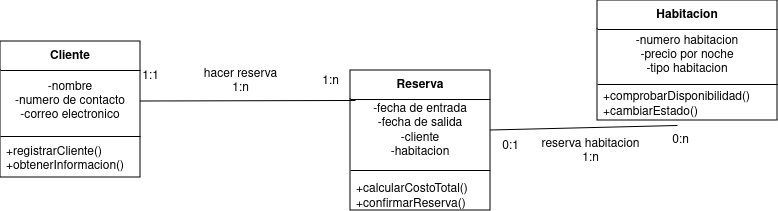
emsantamaria/Sistema-de-Reservas-de-Hoteles keeps this draw.io diagram as sistema-reservas-hoteles.png. Above is the earlier version. Source tidied: cells renumbered, new cells last; positions are measured from the earlier drawing's top-left corner, leaving out a move shared by most shapes.
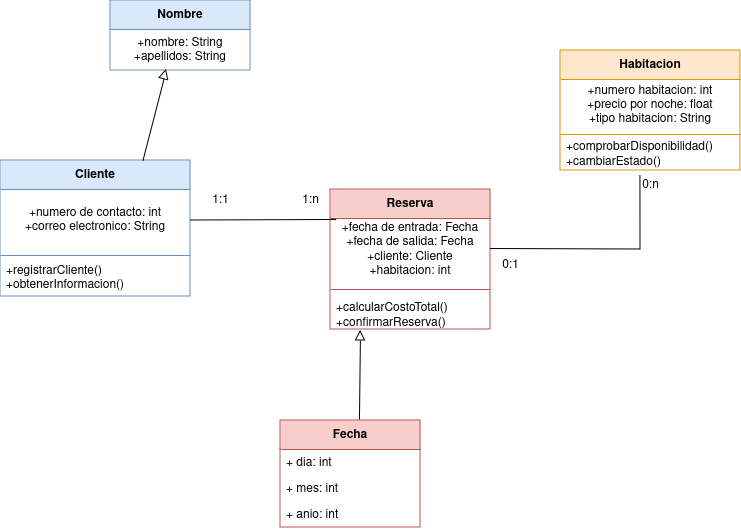
Above is the later version.

What changed in the source:
```diff
@@ -2,34 +2,34 @@
   <root>
     <mxCell id="0" />
     <mxCell id="1" parent="0" />
-    <mxCell id="2" value="Reserva" style="swimlane;fontStyle=1;align=center;verticalAlign=middle;horizontal=1;startSize=29;html=1;whiteSpace=wrap;" parent="1" vertex="1">
-      <mxGeometry x="350" y="70" width="140" height="140" as="geometry" />
+    <mxCell id="2" value="Reserva" style="swimlane;fontStyle=1;align=center;verticalAlign=middle;horizontal=1;startSize=29;html=1;whiteSpace=wrap;fillColor=#f8cecc;strokeColor=#b85450;" parent="1" vertex="1">
+      <mxGeometry x="330" y="70" width="160" height="140" as="geometry" />
     </mxCell>
-    <mxCell id="3" value="&lt;div&gt;-fecha de entrada&lt;/div&gt;&lt;div&gt;-fecha de salida&lt;/div&gt;&lt;div&gt;-cliente&lt;/div&gt;&lt;div&gt;-habitacion&lt;br&gt;&lt;/div&gt;" style="text;html=1;strokeColor=none;fillColor=none;align=center;verticalAlign=middle;spacingLeft=4;spacingRight=4;overflow=hidden;points=[[0,0.5],[1,0.5]];portConstraint=eastwest;whiteSpace=wrap;" parent="2" vertex="1">
-      <mxGeometry y="29" width="140" height="61" as="geometry" />
+    <mxCell id="3" value="&lt;div&gt;+fecha de entrada: Fecha&lt;br&gt;&lt;/div&gt;&lt;div&gt;+fecha de salida: Fecha&lt;/div&gt;&lt;div&gt;+cliente: Cliente&lt;br&gt;&lt;/div&gt;&lt;div&gt;+habitacion: int&lt;br&gt;&lt;/div&gt;" style="text;html=1;strokeColor=none;fillColor=none;align=center;verticalAlign=middle;spacingLeft=4;spacingRight=4;overflow=hidden;points=[[0,0.5],[1,0.5]];portConstraint=eastwest;whiteSpace=wrap;" parent="2" vertex="1">
+      <mxGeometry y="29" width="160" height="61" as="geometry" />
     </mxCell>
     <mxCell id="4" style="line;strokeWidth=1;fillColor=none;align=left;verticalAlign=middle;spacingTop=-1;spacingLeft=3;spacingRight=3;labelPosition=right;strokeColor=inherit;" parent="2" vertex="1">
-      <mxGeometry y="90" width="140" height="20" as="geometry" />
+      <mxGeometry y="90" width="160" height="20" as="geometry" />
     </mxCell>
     <mxCell id="5" value="&lt;div&gt;+calcularCostoTotal()&lt;/div&gt;&lt;div&gt;+confirmarReserva()&lt;br&gt;&lt;/div&gt;" style="text;html=1;strokeColor=none;fillColor=none;align=left;verticalAlign=middle;spacingLeft=4;spacingRight=4;overflow=hidden;whiteSpace=wrap;" parent="2" vertex="1">
-      <mxGeometry y="110" width="140" height="30" as="geometry" />
+      <mxGeometry y="110" width="160" height="30" as="geometry" />
     </mxCell>
-    <mxCell id="6" value="Cliente" style="swimlane;fontStyle=1;align=center;verticalAlign=middle;horizontal=1;startSize=29;html=1;whiteSpace=wrap;" parent="1" vertex="1">
-      <mxGeometry y="41" width="140" height="136" as="geometry" />
+    <mxCell id="6" value="Cliente" style="swimlane;fontStyle=1;align=center;verticalAlign=middle;horizontal=1;startSize=29;html=1;whiteSpace=wrap;fillColor=#dae8fc;strokeColor=#6c8ebf;" parent="1" vertex="1">
+      <mxGeometry y="41" width="190" height="136" as="geometry" />
     </mxCell>
-    <mxCell id="7" value="&lt;div&gt;-nombre&lt;/div&gt;&lt;div&gt;-numero de contacto&lt;/div&gt;&lt;div&gt;-correo electronico&lt;br&gt;&lt;/div&gt;" style="text;html=1;strokeColor=none;fillColor=none;align=center;verticalAlign=middle;spacingLeft=4;spacingRight=4;overflow=hidden;points=[[0,0.5],[1,0.5]];portConstraint=eastwest;whiteSpace=wrap;" parent="6" vertex="1">
-      <mxGeometry y="29" width="140" height="61" as="geometry" />
+    <mxCell id="7" value="&lt;div&gt;+numero de contacto: int&lt;br&gt;&lt;/div&gt;&lt;div&gt;+correo electronico: String&lt;br&gt;&lt;/div&gt;" style="text;html=1;strokeColor=none;fillColor=none;align=center;verticalAlign=middle;spacingLeft=4;spacingRight=4;overflow=hidden;points=[[0,0.5],[1,0.5]];portConstraint=eastwest;whiteSpace=wrap;" parent="6" vertex="1">
+      <mxGeometry y="29" width="190" height="61" as="geometry" />
     </mxCell>
     <mxCell id="8" style="line;strokeWidth=1;fillColor=none;align=left;verticalAlign=middle;spacingTop=-1;spacingLeft=3;spacingRight=3;labelPosition=right;strokeColor=inherit;" parent="6" vertex="1">
-      <mxGeometry y="90" width="140" height="10" as="geometry" />
+      <mxGeometry y="90" width="190" height="10" as="geometry" />
     </mxCell>
     <mxCell id="9" value="&lt;div&gt;+registrarCliente()&lt;/div&gt;+obtenerInformacion()" style="text;html=1;strokeColor=none;fillColor=none;align=left;verticalAlign=middle;spacingLeft=4;spacingRight=4;overflow=hidden;whiteSpace=wrap;" parent="6" vertex="1">
-      <mxGeometry y="100" width="140" height="36" as="geometry" />
+      <mxGeometry y="100" width="190" height="36" as="geometry" />
     </mxCell>
-    <mxCell id="10" value="Habitacion" style="swimlane;fontStyle=1;align=center;verticalAlign=middle;horizontal=1;startSize=29;html=1;whiteSpace=wrap;" parent="1" vertex="1">
-      <mxGeometry x="597" width="180" height="120" as="geometry" />
+    <mxCell id="10" value="Habitacion" style="swimlane;fontStyle=1;align=center;verticalAlign=middle;horizontal=1;startSize=29;html=1;whiteSpace=wrap;fillColor=#ffe6cc;strokeColor=#d79b00;" parent="1" vertex="1">
+      <mxGeometry x="560" y="-69" width="180" height="120" as="geometry" />
     </mxCell>
-    <mxCell id="11" value="&lt;div&gt;-numero habitacion&lt;/div&gt;&lt;div&gt;-precio por noche&lt;br&gt;&lt;/div&gt;&lt;div&gt;-tipo habitacion&lt;br&gt;&lt;/div&gt;" style="text;html=1;strokeColor=none;fillColor=none;align=center;verticalAlign=middle;spacingLeft=4;spacingRight=4;overflow=hidden;whiteSpace=wrap;" parent="10" vertex="1">
+    <mxCell id="11" value="&lt;div&gt;+numero habitacion: int&lt;br&gt;&lt;/div&gt;&lt;div&gt;+precio por noche: float&lt;br&gt;&lt;/div&gt;&lt;div&gt;+tipo habitacion: String&lt;br&gt;&lt;/div&gt;" style="text;html=1;strokeColor=none;fillColor=none;align=center;verticalAlign=middle;spacingLeft=4;spacingRight=4;overflow=hidden;whiteSpace=wrap;" parent="10" vertex="1">
       <mxGeometry y="29" width="180" height="51" as="geometry" />
     </mxCell>
     <mxCell id="12" style="line;strokeWidth=1;fillColor=none;align=left;verticalAlign=middle;spacingTop=-1;spacingLeft=3;spacingRight=3;labelPosition=right;strokeColor=inherit;" parent="10" vertex="1">
@@ -42,25 +42,49 @@
       <mxGeometry relative="1" as="geometry" />
     </mxCell>
     <mxCell id="15" value="1:n" style="text;html=1;align=center;verticalAlign=middle;strokeColor=none;fillColor=none;" parent="1" vertex="1">
-      <mxGeometry x="310" y="66" width="40" height="30" as="geometry" />
+      <mxGeometry x="290" y="66" width="40" height="30" as="geometry" />
     </mxCell>
     <mxCell id="16" value="1:1" style="text;html=1;align=center;verticalAlign=middle;strokeColor=none;fillColor=none;" parent="1" vertex="1">
-      <mxGeometry x="130" y="61" width="40" height="30" as="geometry" />
+      <mxGeometry x="200" y="66" width="40" height="30" as="geometry" />
     </mxCell>
-    <mxCell id="17" value="&lt;div&gt;hacer reserva&lt;/div&gt;&lt;div&gt;1:n&lt;br&gt;&lt;/div&gt;" style="text;html=1;align=center;verticalAlign=middle;strokeColor=none;fillColor=none;" parent="1" vertex="1">
-      <mxGeometry x="190" y="61" width="100" height="40" as="geometry" />
-    </mxCell>
     <mxCell id="18" style="endArrow=none;startArrow=none;endFill=0;startFill=0;endSize=8;html=1;labelBackgroundColor=none;rounded=0;exitX=1;exitY=0.5;exitDx=0;exitDy=0;entryX=0.444;entryY=1.156;entryDx=0;entryDy=0;entryPerimeter=0;" parent="1" edge="1" source="3" target="13">
-      <mxGeometry relative="1" as="geometry" />
+      <mxGeometry relative="1" as="geometry">
+        <Array as="points">
+          <mxPoint x="640" y="130" />
+        </Array>
+      </mxGeometry>
     </mxCell>
     <mxCell id="19" value="0:1" style="text;html=1;align=center;verticalAlign=middle;strokeColor=none;fillColor=none;" parent="1" vertex="1">
       <mxGeometry x="490" y="131" width="40" height="30" as="geometry" />
     </mxCell>
     <mxCell id="20" value="0:n" style="text;html=1;align=center;verticalAlign=middle;strokeColor=none;fillColor=none;" parent="1" vertex="1">
-      <mxGeometry x="660" y="125" width="40" height="30" as="geometry" />
+      <mxGeometry x="630" y="51" width="40" height="30" as="geometry" />
     </mxCell>
-    <mxCell id="21" value="&lt;div&gt;reserva habitacion&lt;/div&gt;&lt;div&gt;1:n&lt;br&gt;&lt;/div&gt;" style="text;html=1;align=center;verticalAlign=middle;strokeColor=none;fillColor=none;" parent="1" vertex="1">
-      <mxGeometry x="530" y="131" width="120" height="40" as="geometry" />
-    </mxCell>
+    <mxCell id="22" value="Nombre" style="swimlane;fontStyle=1;align=center;verticalAlign=middle;horizontal=1;startSize=29;html=1;whiteSpace=wrap;fillColor=#dae8fc;strokeColor=#6c8ebf;" parent="1" vertex="1">
+      <mxGeometry x="110" y="-119" width="140" height="70" as="geometry" />
+    </mxCell>
+    <mxCell id="23" value="&lt;div&gt;+nombre: String&lt;/div&gt;&lt;div&gt;+apellidos: String&lt;br&gt;&lt;/div&gt;" style="text;html=1;strokeColor=none;fillColor=none;align=center;verticalAlign=middle;spacingLeft=4;spacingRight=4;overflow=hidden;points=[[0,0.5],[1,0.5]];portConstraint=eastwest;whiteSpace=wrap;" parent="22" vertex="1">
+      <mxGeometry y="29" width="140" height="41" as="geometry" />
+    </mxCell>
+    <mxCell id="24" style="endArrow=block;startArrow=none;endFill=0;startFill=0;endSize=8;html=1;labelBackgroundColor=none;rounded=0;exitX=0.75;exitY=0;exitDx=0;exitDy=0;entryX=0.4;entryY=0.976;entryDx=0;entryDy=0;entryPerimeter=0;" parent="1" edge="1" source="6" target="23">
+      <mxGeometry relative="1" as="geometry" />
+    </mxCell>
+    <mxCell id="25" value="Fecha" style="swimlane;fontStyle=1;align=center;verticalAlign=middle;horizontal=1;startSize=29;html=1;whiteSpace=wrap;fillColor=#f8cecc;strokeColor=#b85450;" parent="1" vertex="1">
+      <mxGeometry x="280" y="301" width="140" height="107" as="geometry" />
+    </mxCell>
+    <mxCell id="26" value="+ dia: int" style="text;strokeColor=none;fillColor=none;align=left;verticalAlign=top;spacingLeft=4;spacingRight=4;overflow=hidden;whiteSpace=wrap;html=1;" parent="25" vertex="1">
+      <mxGeometry y="29" width="140" height="26" as="geometry" />
+    </mxCell>
+    <mxCell id="27" value="+ mes: int" style="text;strokeColor=none;fillColor=none;align=left;verticalAlign=top;spacingLeft=4;spacingRight=4;overflow=hidden;whiteSpace=wrap;html=1;" parent="25" vertex="1">
+      <mxGeometry y="55" width="140" height="26" as="geometry" />
+    </mxCell>
+    <mxCell id="28" value="+ anio: int" style="text;strokeColor=none;fillColor=none;align=left;verticalAlign=top;spacingLeft=4;spacingRight=4;overflow=hidden;whiteSpace=wrap;html=1;" parent="25" vertex="1">
+      <mxGeometry y="81" width="140" height="26" as="geometry" />
+    </mxCell>
+    <mxCell id="29" style="endArrow=block;startArrow=none;endFill=0;startFill=0;endSize=8;html=1;labelBackgroundColor=none;rounded=0;exitX=0.564;exitY=-0.009;exitDx=0;exitDy=0;exitPerimeter=0;" parent="1" edge="1" source="25">
+      <mxGeometry relative="1" as="geometry">
+        <mxPoint x="360" y="211" as="targetPoint" />
+      </mxGeometry>
+    </mxCell>
   </root>
 </mxGraphModel>
```
